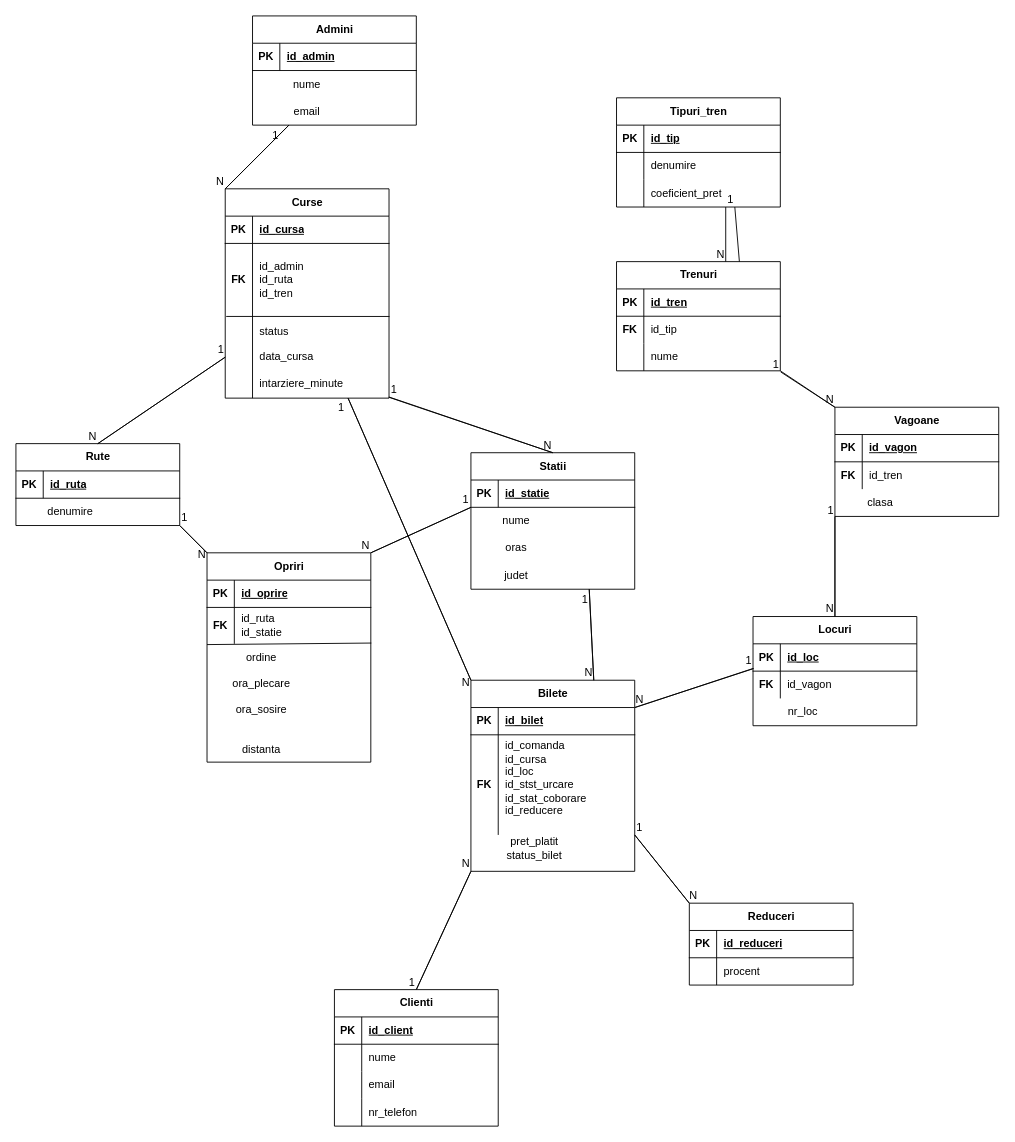
Above: model_logic.drawio in andrasarmasi/proiect_bd (draw.io), before the change. Source tidied: cells renumbered, new cells numbered last; positions are measured from the earlier drawing's top-left corner, leaving out a move shared by most shapes. Both pictures are drawn from the tidied source at 91%, with x=0, y=0 at pixel (15, 15).
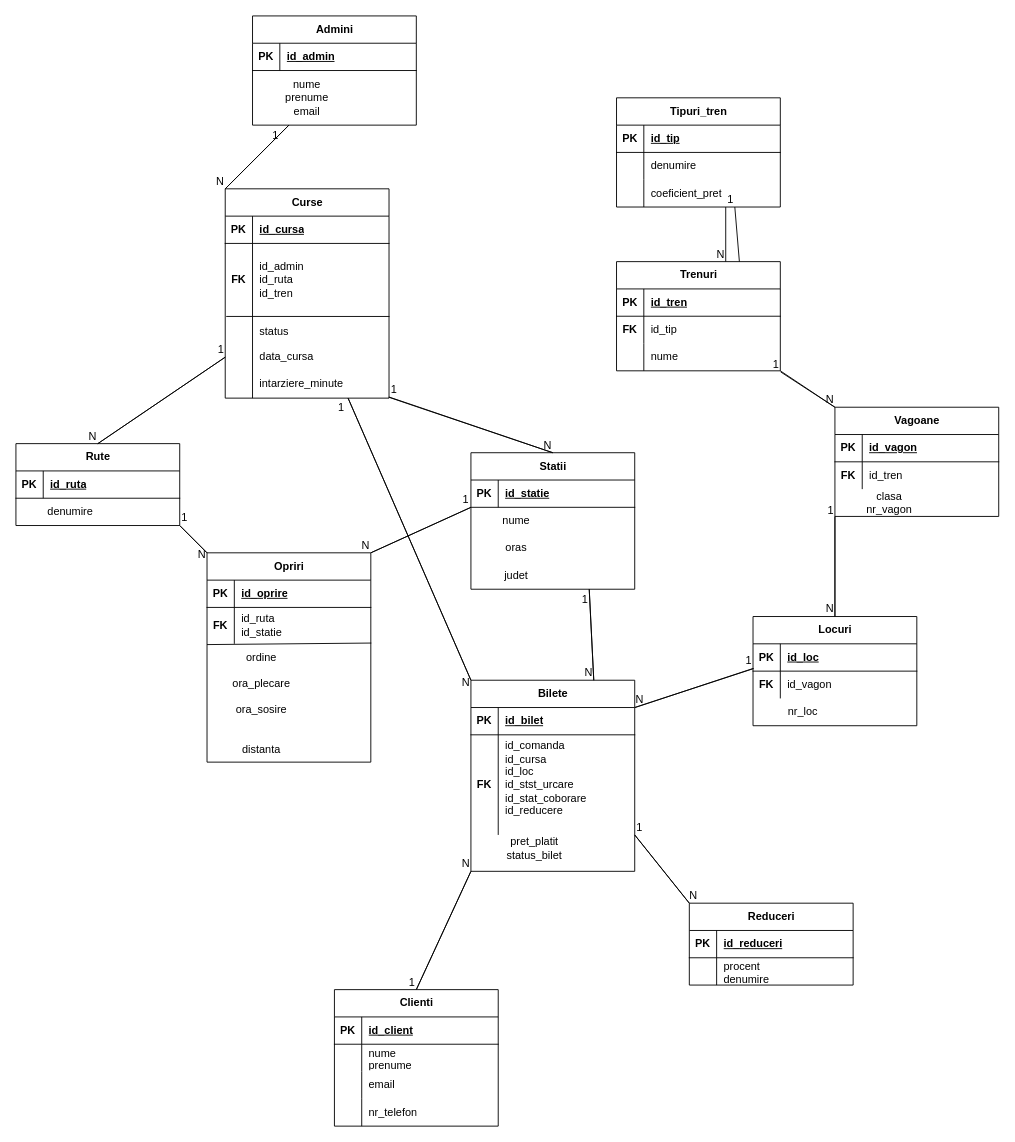
The same diagram, later.

Unchanged cells that the change refers to:
```xml
<mxCell id="122" style="shape=tableRow;horizontal=0;startSize=0;swimlaneHead=0;swimlaneBody=0;fillColor=none;top=0;left=0;right=0;bottom=0;" parent="118" vertex="1">
  <mxGeometry y="60" width="180" height="30" as="geometry" />
</mxCell>
<mxCell id="141" style="shape=tableRow;horizontal=0;startSize=0;swimlaneHead=0;swimlaneBody=0;fillColor=none;top=0;left=0;right=0;bottom=0;" parent="137" vertex="1">
  <mxGeometry y="60" width="180" height="30" as="geometry" />
</mxCell>
```

Change to the diagram source:
```diff
@@
-    <mxCell id="124" value="procent" style="shape=partialRectangle;fillColor=none;top=0;left=0;bottom=0;right=0;align=left;spacingLeft=6;overflow=hidden;whiteSpace=wrap;html=1;" parent="122" vertex="1">
+    <mxCell id="124" value="procent&lt;div&gt;denumire&lt;/div&gt;" style="shape=partialRectangle;fillColor=none;top=0;left=0;bottom=0;right=0;align=left;spacingLeft=6;overflow=hidden;whiteSpace=wrap;html=1;" parent="122" vertex="1">
       <mxGeometry x="30" width="150" height="30" as="geometry" />
     </mxCell>
@@
-    <mxCell id="143" value="nume" style="shape=partialRectangle;fillColor=none;top=0;left=0;bottom=0;right=0;align=left;spacingLeft=6;overflow=hidden;whiteSpace=wrap;html=1;" parent="141" vertex="1">
+    <mxCell id="143" value="nume&lt;div&gt;prenume&lt;/div&gt;" style="shape=partialRectangle;fillColor=none;top=0;left=0;bottom=0;right=0;align=left;spacingLeft=6;overflow=hidden;whiteSpace=wrap;html=1;" parent="141" vertex="1">
       <mxGeometry x="30" width="150" height="30" as="geometry" />
     </mxCell>
@@
-    <mxCell id="152" value="clasa" style="text;html=1;whiteSpace=wrap;strokeColor=none;fillColor=none;align=center;verticalAlign=middle;rounded=0;" parent="1" vertex="1">
-      <mxGeometry x="920" y="520" width="60" height="30" as="geometry" />
+    <mxCell id="152" value="clasa&lt;div&gt;nr_vagon&lt;/div&gt;" style="text;html=1;whiteSpace=wrap;strokeColor=none;fillColor=none;align=center;verticalAlign=middle;rounded=0;" parent="1" vertex="1">
+      <mxGeometry x="920" y="520" width="80" height="30" as="geometry" />
     </mxCell>
-    <mxCell id="153" value="nume&lt;div&gt;&lt;br&gt;&lt;div&gt;email&lt;/div&gt;&lt;/div&gt;" style="text;html=1;whiteSpace=wrap;strokeColor=none;fillColor=none;align=center;verticalAlign=middle;rounded=0;" parent="1" vertex="1">
+    <mxCell id="153" value="nume&lt;div&gt;prenume&lt;br&gt;&lt;div&gt;email&lt;/div&gt;&lt;/div&gt;" style="text;html=1;whiteSpace=wrap;strokeColor=none;fillColor=none;align=center;verticalAlign=middle;rounded=0;" parent="1" vertex="1">
       <mxGeometry x="290" y="60" width="60" height="60" as="geometry" />
     </mxCell>
```
